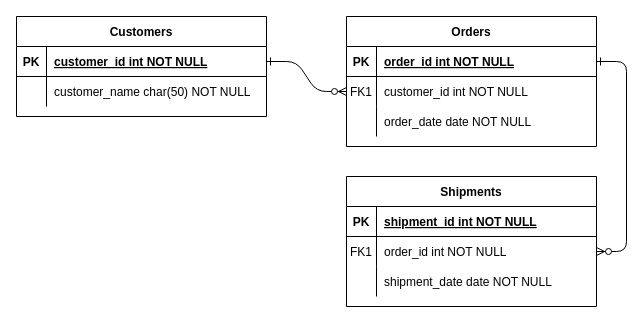
This is docs/ER_Model.drawio from CoffeeAddict987/Technik_Blog, a draw.io file, before an edit. Source tidied: cells renumbered, new cells numbered last; positions are measured from the earlier drawing's top-left corner, leaving out a move shared by most shapes. Both pictures are drawn from the tidied source at 100%, with x=0, y=0 at pixel (16, 16).
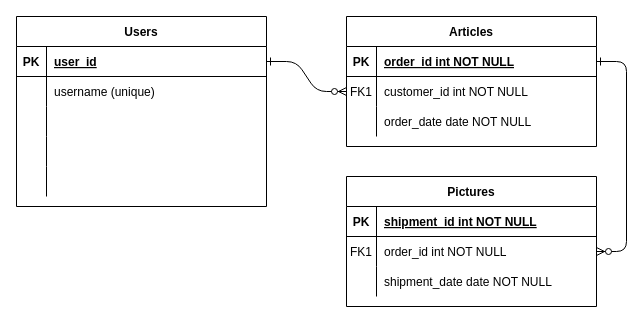
The same diagram, later.

The change refers to these unchanged cells:
```xml
<mxCell id="25" style="shape=partialRectangle;fillColor=none;points=[[0,0.5],[1,0.5]];portConstraint=eastwest;top=0;left=0;right=0;bottom=1;" parent="24" vertex="1">
  <mxGeometry y="30" width="250" height="30" as="geometry" />
</mxCell>
<mxCell id="28" style="shape=partialRectangle;fillColor=none;top=0;left=0;right=0;bottom=0;" parent="24" vertex="1">
  <mxGeometry y="60" width="250" height="30" as="geometry" />
</mxCell>
```

The edit, as a diff of the source:
```diff
@@
-    <mxCell id="4" value="Orders" style="shape=table;startSize=30;childLayout=tableLayout;rowLines=0;fontStyle=1;align=center;" parent="1" vertex="1">
+    <mxCell id="4" value="Articles" style="shape=table;startSize=30;childLayout=tableLayout;rowLines=0;fontStyle=1;align=center;" parent="1" vertex="1">
       <mxGeometry x="330" width="250" height="130" as="geometry" />
     </mxCell>
@@
-    <mxCell id="14" value="Shipments" style="shape=table;startSize=30;childLayout=tableLayout;rowLines=0;fontStyle=1;align=center;" parent="1" vertex="1">
+    <mxCell id="14" value="Pictures" style="shape=table;startSize=30;childLayout=tableLayout;rowLines=0;fontStyle=1;align=center;" parent="1" vertex="1">
       <mxGeometry x="330" y="160" width="250" height="130" as="geometry" />
     </mxCell>
@@
-    <mxCell id="24" value="Customers" style="shape=table;startSize=30;childLayout=tableLayout;rowLines=0;fontStyle=1;align=center;" parent="1" vertex="1">
-      <mxGeometry width="250" height="100" as="geometry" />
+    <mxCell id="24" value="Users" style="shape=table;startSize=30;childLayout=tableLayout;rowLines=0;fontStyle=1;align=center;" parent="1" vertex="1">
+      <mxGeometry width="250" height="190" as="geometry" />
     </mxCell>
@@
-    <mxCell id="27" value="customer_id int NOT NULL " style="shape=partialRectangle;overflow=hidden;fillColor=none;top=0;left=0;bottom=0;right=0;align=left;spacingLeft=6;fontStyle=5;" parent="25" vertex="1">
+    <mxCell id="27" value="user_id" style="shape=partialRectangle;overflow=hidden;fillColor=none;top=0;left=0;bottom=0;right=0;align=left;spacingLeft=6;fontStyle=5;" parent="25" vertex="1">
       <mxGeometry x="30" width="220" height="30" as="geometry" />
     </mxCell>
@@
-    <mxCell id="30" value="customer_name char(50) NOT NULL" style="shape=partialRectangle;overflow=hidden;fillColor=none;top=0;left=0;bottom=0;right=0;align=left;spacingLeft=6;" parent="28" vertex="1">
+    <mxCell id="30" value="username (unique)" style="shape=partialRectangle;overflow=hidden;fillColor=none;top=0;left=0;bottom=0;right=0;align=left;spacingLeft=6;" parent="28" vertex="1">
       <mxGeometry x="30" width="220" height="30" as="geometry" />
     </mxCell>
+    <mxCell id="31" style="shape=partialRectangle;fillColor=none;top=0;left=0;right=0;bottom=0;" parent="24" vertex="1">
+      <mxGeometry y="90" width="250" height="30" as="geometry" />
+    </mxCell>
+    <mxCell id="32" style="shape=partialRectangle;overflow=hidden;fillColor=none;top=0;left=0;bottom=0;right=0;" parent="31" vertex="1">
+      <mxGeometry width="30" height="30" as="geometry" />
+    </mxCell>
+    <mxCell id="33" style="shape=partialRectangle;overflow=hidden;fillColor=none;top=0;left=0;bottom=0;right=0;align=left;spacingLeft=6;" parent="31" vertex="1">
+      <mxGeometry x="30" width="220" height="30" as="geometry" />
+    </mxCell>
+    <mxCell id="34" style="shape=partialRectangle;fillColor=none;top=0;left=0;right=0;bottom=0;" parent="24" vertex="1">
+      <mxGeometry y="120" width="250" height="30" as="geometry" />
+    </mxCell>
+    <mxCell id="35" style="shape=partialRectangle;overflow=hidden;fillColor=none;top=0;left=0;bottom=0;right=0;" parent="34" vertex="1">
+      <mxGeometry width="30" height="30" as="geometry" />
+    </mxCell>
+    <mxCell id="36" style="shape=partialRectangle;overflow=hidden;fillColor=none;top=0;left=0;bottom=0;right=0;align=left;spacingLeft=6;" parent="34" vertex="1">
+      <mxGeometry x="30" width="220" height="30" as="geometry" />
+    </mxCell>
+    <mxCell id="37" style="shape=partialRectangle;fillColor=none;top=0;left=0;right=0;bottom=0;" parent="24" vertex="1">
+      <mxGeometry y="150" width="250" height="30" as="geometry" />
+    </mxCell>
+    <mxCell id="38" style="shape=partialRectangle;overflow=hidden;fillColor=none;top=0;left=0;bottom=0;right=0;" parent="37" vertex="1">
+      <mxGeometry width="30" height="30" as="geometry" />
+    </mxCell>
+    <mxCell id="39" style="shape=partialRectangle;overflow=hidden;fillColor=none;top=0;left=0;bottom=0;right=0;align=left;spacingLeft=6;" parent="37" vertex="1">
+      <mxGeometry x="30" width="220" height="30" as="geometry" />
+    </mxCell>
```
